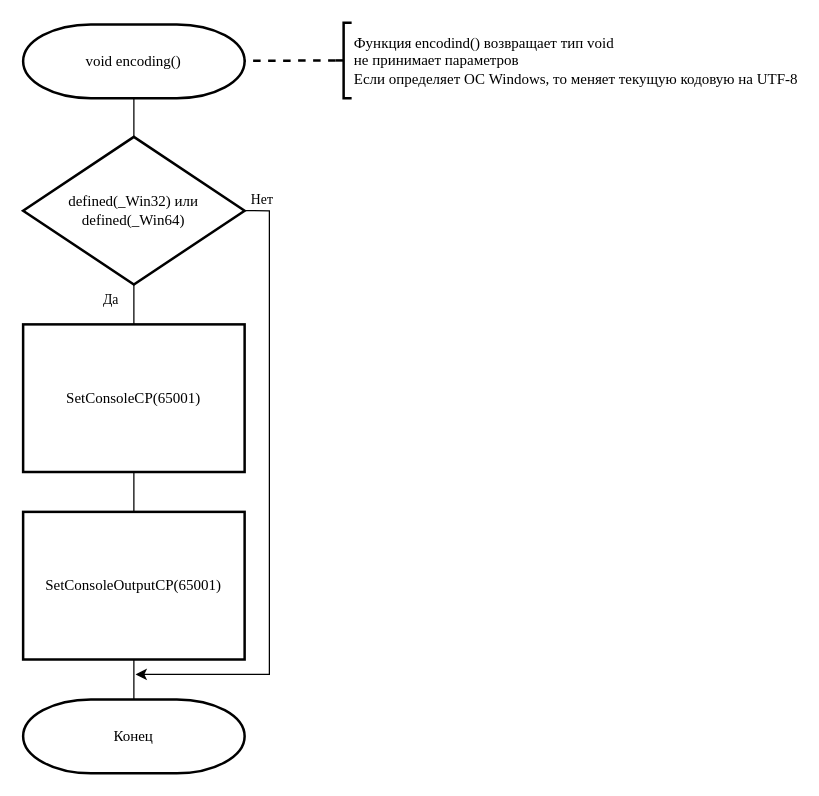
Before: labs/11/13/src/my_libs/encoding/encoding.drawio in bstu-ps4/bstu-oaip, a draw.io diagram. Source tidied: cells renumbered, new cells numbered last; positions are measured from the earlier drawing's top-left corner, leaving out a move shared by most shapes. Both pictures are drawn from the tidied source at 125%, with x=0, y=0 at pixel (22, 22).
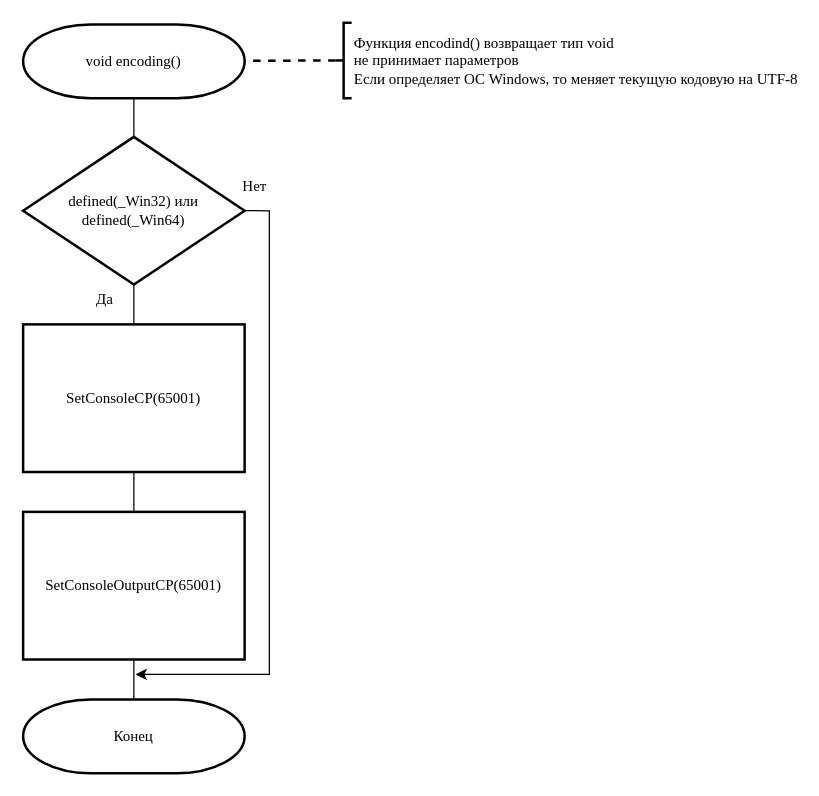
Above is the later version.

Change to the diagram source:
```diff
@@
 <mxGraphModel>
   <root>
     <mxCell id="0" />
     <mxCell id="1" parent="0" />
     <mxCell id="2" style="edgeStyle=orthogonalEdgeStyle;rounded=0;jettySize=auto;html=1;exitX=0.5;exitY=1;exitDx=0;exitDy=0;exitPerimeter=0;entryX=0.5;entryY=0;entryDx=0;entryDy=0;entryPerimeter=0;endArrow=none;endFill=0;" parent="1" edge="1" source="3" target="11">
       <mxGeometry relative="1" as="geometry" />
     </mxCell>
     <mxCell id="3" value="&lt;font face=&quot;Times New Roman&quot;&gt;void encoding()&lt;/font&gt;" style="strokeWidth=2;html=1;shape=mxgraph.flowchart.terminator;whiteSpace=wrap;" parent="1" vertex="1">
       <mxGeometry y="1" width="177.2" height="59.1" as="geometry" />
     </mxCell>
     <mxCell id="4" style="edgeStyle=orthogonalEdgeStyle;rounded=0;jettySize=auto;html=1;exitX=0.5;exitY=1;exitDx=0;exitDy=0;endArrow=none;endFill=0;" parent="1" edge="1" source="5" target="7">
       <mxGeometry relative="1" as="geometry" />
     </mxCell>
     <mxCell id="5" value="&lt;font face=&quot;Times New Roman&quot;&gt;SetConsoleCP(65001)&lt;/font&gt;" style="rounded=0;whiteSpace=wrap;html=1;absoluteArcSize=1;arcSize=14;strokeWidth=2;" parent="1" vertex="1">
       <mxGeometry y="241" width="177.2" height="118.1" as="geometry" />
     </mxCell>
     <mxCell id="6" style="edgeStyle=orthogonalEdgeStyle;rounded=0;jettySize=auto;html=1;exitX=0.5;exitY=1;exitDx=0;exitDy=0;entryX=0.5;entryY=0;entryDx=0;entryDy=0;entryPerimeter=0;endArrow=none;endFill=0;" parent="1" edge="1" source="7" target="12">
       <mxGeometry relative="1" as="geometry" />
     </mxCell>
     <mxCell id="7" value="&lt;font face=&quot;Times New Roman&quot;&gt;SetConsoleOutputCP(65001)&lt;/font&gt;" style="rounded=0;whiteSpace=wrap;html=1;absoluteArcSize=1;arcSize=14;strokeWidth=2;" parent="1" vertex="1">
       <mxGeometry y="391" width="177.2" height="118.1" as="geometry" />
     </mxCell>
-    <mxCell id="8" value="Да" style="edgeStyle=orthogonalEdgeStyle;rounded=0;jettySize=auto;html=1;exitX=0.5;exitY=1;exitDx=0;exitDy=0;exitPerimeter=0;entryX=0.5;entryY=0;entryDx=0;entryDy=0;endArrow=none;endFill=0;fontFamily=Times New Roman;" parent="1" edge="1" source="11" target="5">
+    <mxCell id="8" style="edgeStyle=orthogonalEdgeStyle;rounded=0;jettySize=auto;html=1;exitX=0.5;exitY=1;exitDx=0;exitDy=0;exitPerimeter=0;entryX=0.5;entryY=0;entryDx=0;entryDy=0;endArrow=none;endFill=0;fontFamily=Times New Roman;" parent="1" edge="1" source="11" target="5">
       <mxGeometry x="-0.25" y="-19" relative="1" as="geometry">
         <Array as="points">
           <mxPoint x="89" y="221" />
           <mxPoint x="89" y="221" />
         </Array>
       </mxGeometry>
     </mxCell>
     <mxCell id="9" style="edgeStyle=orthogonalEdgeStyle;rounded=0;jettySize=auto;html=1;exitX=1;exitY=0.5;exitDx=0;exitDy=0;exitPerimeter=0;" parent="1" edge="1" source="11">
       <mxGeometry relative="1" as="geometry">
         <mxPoint x="90" y="521" as="targetPoint" />
         <Array as="points">
           <mxPoint x="197" y="150" />
           <mxPoint x="197" y="521" />
         </Array>
       </mxGeometry>
     </mxCell>
-    <mxCell id="10" value="Нет" style="edgeLabel;html=1;align=center;verticalAlign=middle;fontFamily=Times New Roman;" parent="9" vertex="1">
-      <mxGeometry x="-0.92" y="1" relative="1" as="geometry">
-        <mxPoint x="-8" y="-9.3" as="offset" />
-      </mxGeometry>
-    </mxCell>
     <mxCell id="11" value="&lt;font face=&quot;Times New Roman&quot;&gt;defined(_Win32) или&lt;br&gt;defined(_Win64)&lt;/font&gt;" style="strokeWidth=2;html=1;shape=mxgraph.flowchart.decision;whiteSpace=wrap;rounded=0;" parent="1" vertex="1">
       <mxGeometry y="91" width="177.2" height="118.1" as="geometry" />
     </mxCell>
     <mxCell id="12" value="&lt;font face=&quot;Times New Roman&quot;&gt;Конец&lt;/font&gt;" style="strokeWidth=2;html=1;shape=mxgraph.flowchart.terminator;whiteSpace=wrap;" parent="1" vertex="1">
       <mxGeometry y="541" width="177.2" height="59.1" as="geometry" />
     </mxCell>
     <mxCell id="13" style="edgeStyle=none;rounded=0;jettySize=auto;html=1;exitX=0;exitY=0.5;exitDx=0;exitDy=0;exitPerimeter=0;endArrow=none;endFill=0;fontFamily=Times New Roman;dashed=1;strokeWidth=2;" parent="1" edge="1" source="14" target="3">
       <mxGeometry relative="1" as="geometry" />
     </mxCell>
     <mxCell id="14" value="Функция encodind() возвращает тип void&lt;br&gt;не принимает параметров&lt;br&gt;Если определяет ОС Windows, то меняет текущую кодовую на UTF-8" style="strokeWidth=2;html=1;shape=mxgraph.flowchart.annotation_2;align=left;labelPosition=right;rounded=0;fontFamily=Times New Roman;" parent="1" vertex="1">
       <mxGeometry x="250" y="-0.4" width="12.8" height="60.5" as="geometry" />
     </mxCell>
+    <mxCell id="10" value="&lt;font face=&quot;Times New Roman&quot;&gt;Нет&lt;/font&gt;" style="text;html=1;align=center;verticalAlign=middle;" parent="1" vertex="1">
+      <mxGeometry x="170" y="121" width="30" height="20" as="geometry" />
+    </mxCell>
+    <mxCell id="15" value="&lt;font face=&quot;Times New Roman&quot;&gt;Да&lt;/font&gt;" style="text;html=1;align=center;verticalAlign=middle;" parent="1" vertex="1">
+      <mxGeometry x="50" y="211" width="30" height="20" as="geometry" />
+    </mxCell>
   </root>
 </mxGraphModel>
```
